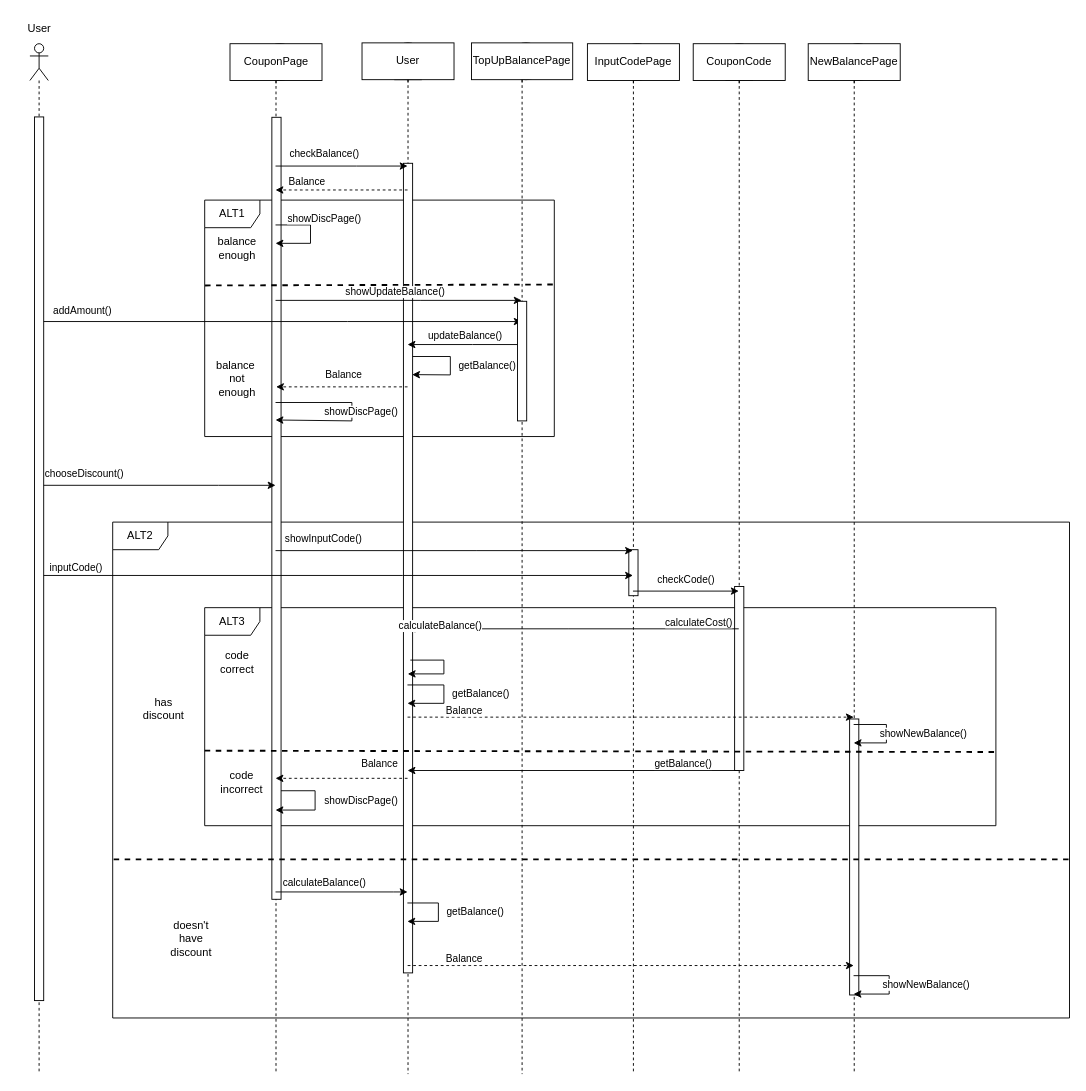
The draw.io diagram ΤΕΛΙΚΟ ΠΑΡΑΔΟΤΕΟ/Sequence-diagrams-v1.0/sd_πληρωμή_παραγγελίας.drawio in Dionkaps/Eu-Zin, before the edit. Source tidied: cells renumbered, new cells numbered last; positions are measured from the earlier drawing's top-left corner, leaving out a move shared by most shapes. Both pictures are drawn from the tidied source at 92%, with x=0, y=0 at pixel (16, 15).
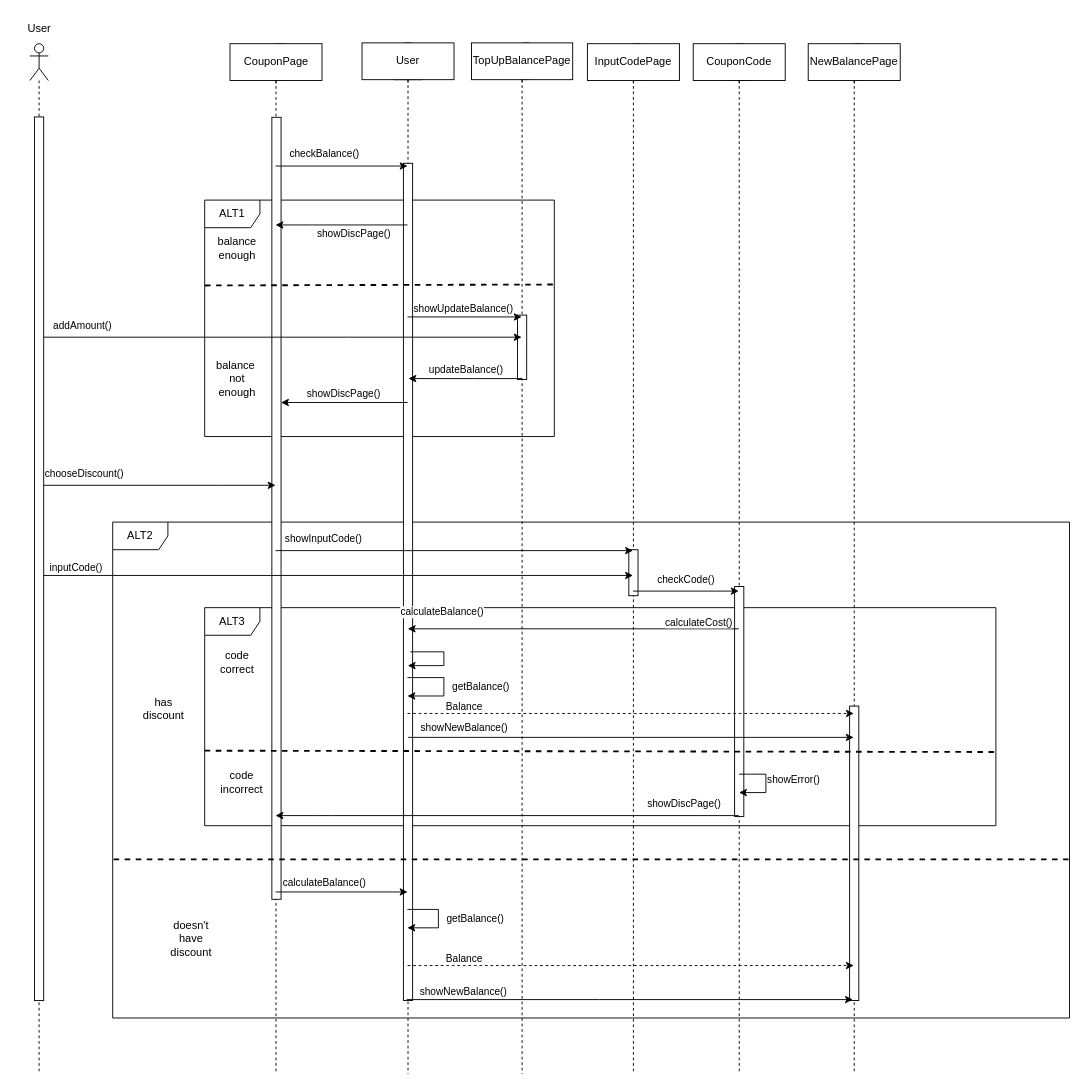
Above is the later version.

Unchanged cells that the change refers to:
```xml
<mxCell id="7" style="shape=umlLifeline;perimeter=lifelinePerimeter;whiteSpace=wrap;html=1;outlineConnect=0;portConstraint=eastwest;newEdgeStyle={&quot;edgeStyle&quot;:&quot;elbowEdgeStyle&quot;,&quot;elbow&quot;:&quot;vertical&quot;,&quot;curved&quot;:0,&quot;rounded&quot;:0};participant=umlBoundary;" parent="1" vertex="1">
  <mxGeometry x="257.5" y="31" width="50" height="1120" as="geometry" />
</mxCell>
<mxCell id="8" style="shape=umlLifeline;perimeter=lifelinePerimeter;whiteSpace=wrap;html=1;outlineConnect=0;portConstraint=eastwest;newEdgeStyle={&quot;edgeStyle&quot;:&quot;elbowEdgeStyle&quot;,&quot;elbow&quot;:&quot;vertical&quot;,&quot;curved&quot;:0,&quot;rounded&quot;:0};participant=umlEntity;size=40;" parent="1" vertex="1">
  <mxGeometry x="406" y="30.1" width="40" height="1120.9" as="geometry" />
</mxCell>
<mxCell id="11" style="html=1;points=[];perimeter=orthogonalPerimeter;" parent="1" vertex="1">
  <mxGeometry x="278" y="111" width="10" height="850" as="geometry" />
</mxCell>
<mxCell id="17" style="shape=umlLifeline;perimeter=lifelinePerimeter;whiteSpace=wrap;html=1;outlineConnect=0;portConstraint=eastwest;newEdgeStyle={&quot;edgeStyle&quot;:&quot;elbowEdgeStyle&quot;,&quot;elbow&quot;:&quot;vertical&quot;,&quot;curved&quot;:0,&quot;rounded&quot;:0};participant=umlActor;" parent="1" vertex="1">
  <mxGeometry x="15" y="31" width="20" height="1120" as="geometry" />
</mxCell>
```

Diff of the diagram source:
```diff
@@
+    <mxCell id="6" style="shape=umlLifeline;perimeter=lifelinePerimeter;whiteSpace=wrap;html=1;outlineConnect=0;portConstraint=eastwest;newEdgeStyle={&quot;edgeStyle&quot;:&quot;elbowEdgeStyle&quot;,&quot;elbow&quot;:&quot;vertical&quot;,&quot;curved&quot;:0,&quot;rounded&quot;:0};participant=umlBoundary;" parent="1" vertex="1">
+      <mxGeometry x="525" y="30.1" width="50" height="1120.9" as="geometry" />
+    </mxCell>
+    <mxCell id="55" style="html=1;perimeter=orthogonalPerimeter;" parent="1" vertex="1">
+      <mxGeometry x="545" y="326" width="10" height="70" as="geometry" />
+    </mxCell>
@@
-    <mxCell id="6" style="shape=umlLifeline;perimeter=lifelinePerimeter;whiteSpace=wrap;html=1;outlineConnect=0;portConstraint=eastwest;newEdgeStyle={&quot;edgeStyle&quot;:&quot;elbowEdgeStyle&quot;,&quot;elbow&quot;:&quot;vertical&quot;,&quot;curved&quot;:0,&quot;rounded&quot;:0};participant=umlBoundary;" parent="1" vertex="1">
-      <mxGeometry x="525" y="30.1" width="50" height="1120.9" as="geometry" />
-    </mxCell>
@@
     <mxCell id="12" style="html=1;perimeter=orthogonalPerimeter;" parent="1" vertex="1">
-      <mxGeometry x="421" y="161" width="10" height="880" as="geometry" />
+      <mxGeometry x="421" y="161" width="10" height="910" as="geometry" />
     </mxCell>
@@
     <mxCell id="14" style="html=1;perimeter=orthogonalPerimeter;" parent="1" vertex="1">
-      <mxGeometry x="781" y="621" width="10" height="200" as="geometry" />
+      <mxGeometry x="781" y="621" width="10" height="250" as="geometry" />
     </mxCell>
     <mxCell id="15" style="html=1;perimeter=orthogonalPerimeter;" parent="1" vertex="1">
-      <mxGeometry x="906" y="765" width="10" height="300" as="geometry" />
+      <mxGeometry x="906" y="751" width="10" height="320" as="geometry" />
     </mxCell>
@@
-    <mxCell id="20" value="Balance" style="endArrow=classic;html=1;rounded=0;dashed=1;" parent="1" edge="1" source="8">
-      <mxGeometry x="0.54" y="-9" relative="1" as="geometry">
-        <mxPoint x="282" y="190" as="targetPoint" />
-        <Array as="points">
-          <mxPoint x="410" y="190" />
-        </Array>
-      </mxGeometry>
-    </mxCell>
-    <mxCell id="21" value="showDiscPage()" style="endArrow=classic;html=1;rounded=0;" parent="1" edge="1" source="7" target="7">
+    <mxCell id="21" value="showDiscPage()" style="endArrow=classic;html=1;rounded=0;" parent="1" edge="1" source="8" target="7">
       <mxGeometry x="-0.21" y="17" relative="1" as="geometry">
         <Array as="points">
           <mxPoint x="320" y="228" />
-          <mxPoint x="320" y="248" />
         </Array>
         <mxPoint x="-2" y="-7" as="offset" />
       </mxGeometry>
     </mxCell>
-    <mxCell id="22" value="showUpdateBalance()" style="endArrow=classic;html=1;rounded=0;" parent="1" edge="1" target="6">
+    <mxCell id="22" value="showUpdateBalance()" style="endArrow=classic;html=1;rounded=0;" parent="1" edge="1">
       <mxGeometry x="-0.03" y="9" relative="1" as="geometry">
-        <mxPoint x="282" y="310" as="sourcePoint" />
+        <mxPoint x="425.5" y="328" as="sourcePoint" />
+        <mxPoint x="549.5" y="328" as="targetPoint" />
         <Array as="points">
-          <mxPoint x="440" y="310" />
+          <mxPoint x="440" y="328" />
         </Array>
       </mxGeometry>
     </mxCell>
-    <mxCell id="23" value="addAmount()" style="endArrow=classic;html=1;rounded=0;" parent="1" edge="1" source="17">
+    <mxCell id="23" value="addAmount()" style="endArrow=classic;html=1;rounded=0;" parent="1" edge="1">
       <mxGeometry x="-0.82" y="12" relative="1" as="geometry">
-        <mxPoint x="549.5" y="333" as="targetPoint" />
+        <mxPoint x="24.5" y="350" as="sourcePoint" />
+        <mxPoint x="549.5" y="350" as="targetPoint" />
         <Array as="points">
-          <mxPoint x="360" y="333" />
+          <mxPoint x="360" y="350" />
         </Array>
       </mxGeometry>
     </mxCell>
-    <mxCell id="24" value="showDiscPage()" style="endArrow=classic;html=1;rounded=0;" parent="1" edge="1" source="7">
-      <mxGeometry y="10" relative="1" as="geometry">
-        <mxPoint x="282" y="440" as="targetPoint" />
+    <mxCell id="24" value="showDiscPage()" style="endArrow=classic;html=1;rounded=0;" parent="1" edge="1" source="8" target="11">
+      <mxGeometry x="0.03" y="-10" relative="1" as="geometry">
         <Array as="points">
           <mxPoint x="365" y="421" />
-          <mxPoint x="365" y="441" />
         </Array>
+        <mxPoint x="1" as="offset" />
       </mxGeometry>
     </mxCell>
@@
     <mxCell id="31" value="calculateBalance()" style="endArrow=classic;html=1;rounded=0;" parent="1" edge="1">
-      <mxGeometry x="-0.2" y="24" relative="1" as="geometry">
-        <mxPoint x="428.5" y="701" as="sourcePoint" />
-        <mxPoint x="425.7" y="716" as="targetPoint" />
+      <mxGeometry x="-0.2" y="32" relative="1" as="geometry">
+        <mxPoint x="428.5" y="692" as="sourcePoint" />
+        <mxPoint x="425.7" y="707" as="targetPoint" />
         <Array as="points">
-          <mxPoint x="465" y="701" />
-          <mxPoint x="465" y="716" />
+          <mxPoint x="465" y="692" />
+          <mxPoint x="465" y="707" />
         </Array>
-        <mxPoint x="-4" y="-13" as="offset" />
+        <mxPoint x="-2" y="-11" as="offset" />
       </mxGeometry>
     </mxCell>
     <mxCell id="32" value="Balance" style="endArrow=classic;html=1;rounded=0;dashed=1;" parent="1" edge="1">
       <mxGeometry x="-0.75" y="7" relative="1" as="geometry">
-        <mxPoint x="425.5" y="763" as="sourcePoint" />
-        <mxPoint x="910.5" y="763" as="targetPoint" />
+        <mxPoint x="425.5" y="759" as="sourcePoint" />
+        <mxPoint x="910.5" y="759" as="targetPoint" />
         <Array as="points">
-          <mxPoint x="591" y="763" />
+          <mxPoint x="591" y="759" />
         </Array>
       </mxGeometry>
     </mxCell>
@@
     <mxCell id="45" value="updateBalance()" style="endArrow=classic;html=1;rounded=0;strokeWidth=1;" parent="1" edge="1">
       <mxGeometry x="0.02" y="-10" relative="1" as="geometry">
-        <mxPoint x="549.5" y="358" as="sourcePoint" />
-        <mxPoint x="425.5" y="358" as="targetPoint" />
+        <mxPoint x="550.5" y="395" as="sourcePoint" />
+        <mxPoint x="426.5" y="395" as="targetPoint" />
         <Array as="points">
-          <mxPoint x="496" y="358" />
+          <mxPoint x="497" y="395" />
         </Array>
         <mxPoint x="1" as="offset" />
       </mxGeometry>
     </mxCell>
-    <mxCell id="46" value="Balance" style="endArrow=classic;html=1;rounded=0;strokeWidth=1;dashed=1;" parent="1" edge="1">
-      <mxGeometry x="-0.02" y="-13" relative="1" as="geometry">
-        <mxPoint x="425.5" y="404" as="sourcePoint" />
-        <mxPoint x="282.6" y="404" as="targetPoint" />
-        <Array as="points">
-          <mxPoint x="365" y="404" />
-        </Array>
-      </mxGeometry>
-    </mxCell>
     <mxCell id="47" value="getBalance()" style="endArrow=classic;html=1;rounded=0;strokeWidth=1;" parent="1" edge="1">
       <mxGeometry y="40" relative="1" as="geometry">
-        <mxPoint x="425.4" y="728" as="sourcePoint" />
-        <mxPoint x="425.4" y="748" as="targetPoint" />
+        <mxPoint x="425.4" y="720" as="sourcePoint" />
+        <mxPoint x="425.4" y="740" as="targetPoint" />
         <Array as="points">
-          <mxPoint x="465" y="728" />
-          <mxPoint x="465" y="748" />
+          <mxPoint x="465" y="720" />
+          <mxPoint x="465" y="740" />
         </Array>
       </mxGeometry>
     </mxCell>
     <mxCell id="48" value="showNewBalance()" style="endArrow=classic;html=1;rounded=0;strokeWidth=1;" parent="1" edge="1">
-      <mxGeometry y="40" relative="1" as="geometry">
-        <mxPoint x="910.4" y="771" as="sourcePoint" />
-        <mxPoint x="910.4" y="791" as="targetPoint" />
+      <mxGeometry x="-0.75" y="10" relative="1" as="geometry">
+        <mxPoint x="426.1" y="785" as="sourcePoint" />
+        <mxPoint x="910.4" y="785" as="targetPoint" />
         <Array as="points">
-          <mxPoint x="946" y="771" />
-          <mxPoint x="946" y="791" />
+          <mxPoint x="615" y="785" />
         </Array>
       </mxGeometry>
     </mxCell>
     <mxCell id="49" value="getBalance()" style="endArrow=classic;html=1;rounded=0;strokeWidth=1;" parent="1" edge="1">
       <mxGeometry y="40" relative="1" as="geometry">
-        <mxPoint x="425.3" y="965" as="sourcePoint" />
-        <mxPoint x="425.3" y="985" as="targetPoint" />
+        <mxPoint x="425.3" y="972" as="sourcePoint" />
+        <mxPoint x="425.3" y="992" as="targetPoint" />
         <Array as="points">
-          <mxPoint x="459" y="965" />
-          <mxPoint x="459" y="985" />
+          <mxPoint x="459" y="972" />
+          <mxPoint x="459" y="992" />
         </Array>
       </mxGeometry>
     </mxCell>
@@
     <mxCell id="51" value="showNewBalance()" style="endArrow=classic;html=1;rounded=0;strokeWidth=1;" parent="1" edge="1">
-      <mxGeometry y="40" relative="1" as="geometry">
-        <mxPoint x="910.3" y="1044" as="sourcePoint" />
-        <mxPoint x="910.3" y="1064" as="targetPoint" />
+      <mxGeometry x="-0.75" y="9" relative="1" as="geometry">
+        <mxPoint x="424.5" y="1070" as="sourcePoint" />
+        <mxPoint x="909.5" y="1070" as="targetPoint" />
         <Array as="points">
-          <mxPoint x="949" y="1044" />
-          <mxPoint x="949" y="1064" />
+          <mxPoint x="634" y="1070" />
         </Array>
       </mxGeometry>
     </mxCell>
@@
-    <mxCell id="55" style="html=1;perimeter=orthogonalPerimeter;" parent="1" vertex="1">
-      <mxGeometry x="545" y="311" width="10" height="130" as="geometry" />
-    </mxCell>
-    <mxCell id="56" value="getBalance()" style="endArrow=classic;html=1;rounded=0;" parent="1" edge="1">
-      <mxGeometry x="-0.66" y="-7" relative="1" as="geometry">
-        <mxPoint x="785.5" y="821" as="sourcePoint" />
-        <mxPoint x="425.5" y="821" as="targetPoint" />
-      </mxGeometry>
-    </mxCell>
-    <mxCell id="57" value="Balance" style="endArrow=classic;html=1;rounded=0;dashed=1;strokeWidth=1;" parent="1" edge="1">
-      <mxGeometry x="-0.57" y="-16" relative="1" as="geometry">
-        <mxPoint x="425.5" y="829.5" as="sourcePoint" />
-        <mxPoint x="282" y="829.5" as="targetPoint" />
-      </mxGeometry>
-    </mxCell>
     <mxCell id="58" value="showDiscPage()" style="endArrow=classic;html=1;rounded=0;strokeWidth=1;" parent="1" edge="1">
-      <mxGeometry x="-0.05" y="50" relative="1" as="geometry">
-        <mxPoint x="288" y="843" as="sourcePoint" />
-        <mxPoint x="282" y="864" as="targetPoint" />
+      <mxGeometry x="-0.76" y="-13" relative="1" as="geometry">
+        <mxPoint x="785.5" y="870" as="sourcePoint" />
+        <mxPoint x="282" y="870" as="targetPoint" />
         <Array as="points">
-          <mxPoint x="325" y="843" />
-          <mxPoint x="325" y="864" />
+          <mxPoint x="345" y="870" />
+          <mxPoint x="325" y="870" />
         </Array>
       </mxGeometry>
     </mxCell>
-    <mxCell id="59" value="getBalance()" style="endArrow=classic;html=1;rounded=0;strokeWidth=1;entryX=0.952;entryY=0.296;entryDx=0;entryDy=0;entryPerimeter=0;" parent="1" edge="1">
-      <mxGeometry y="40" relative="1" as="geometry">
-        <mxPoint x="431" y="371" as="sourcePoint" />
-        <mxPoint x="430.5" y="390.7" as="targetPoint" />
-        <Array as="points">
-          <mxPoint x="472" y="371" />
-          <mxPoint x="472" y="391" />
-        </Array>
-      </mxGeometry>
-    </mxCell>
+    <mxCell id="60" value="showError()" style="endArrow=classic;html=1;rounded=0;" parent="1" edge="1">
+      <mxGeometry x="-0.1" y="30" relative="1" as="geometry">
+        <mxPoint x="785.8" y="825" as="sourcePoint" />
+        <mxPoint x="785.8" y="845" as="targetPoint" />
+        <Array as="points">
+          <mxPoint x="815" y="825" />
+          <mxPoint x="815" y="845" />
+        </Array>
+      </mxGeometry>
+    </mxCell>
```
